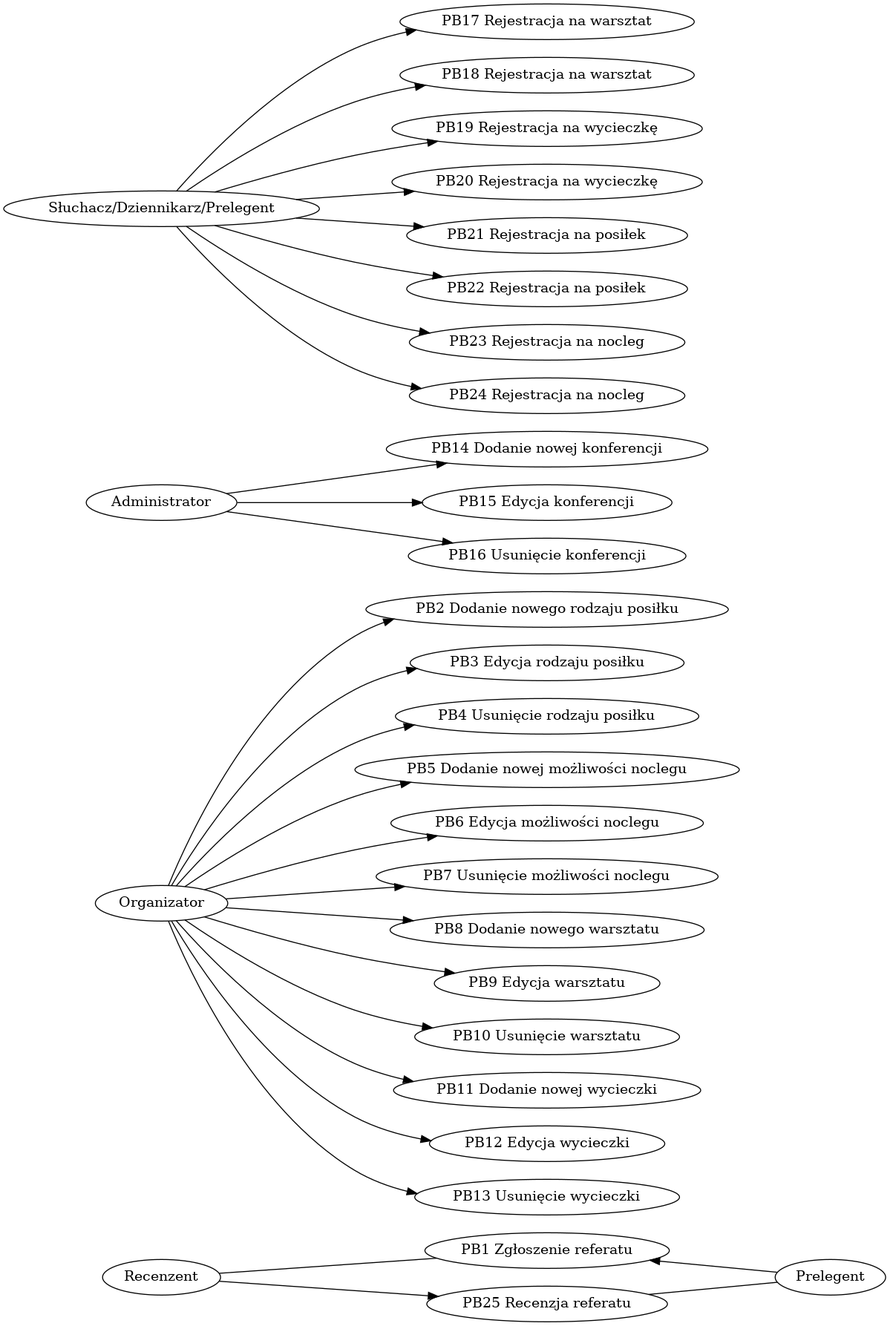
This is pb.png from zyla/iop_konferencja, a Graphviz export, as it was before one commit. Its source is kept beside it as pb.dot.
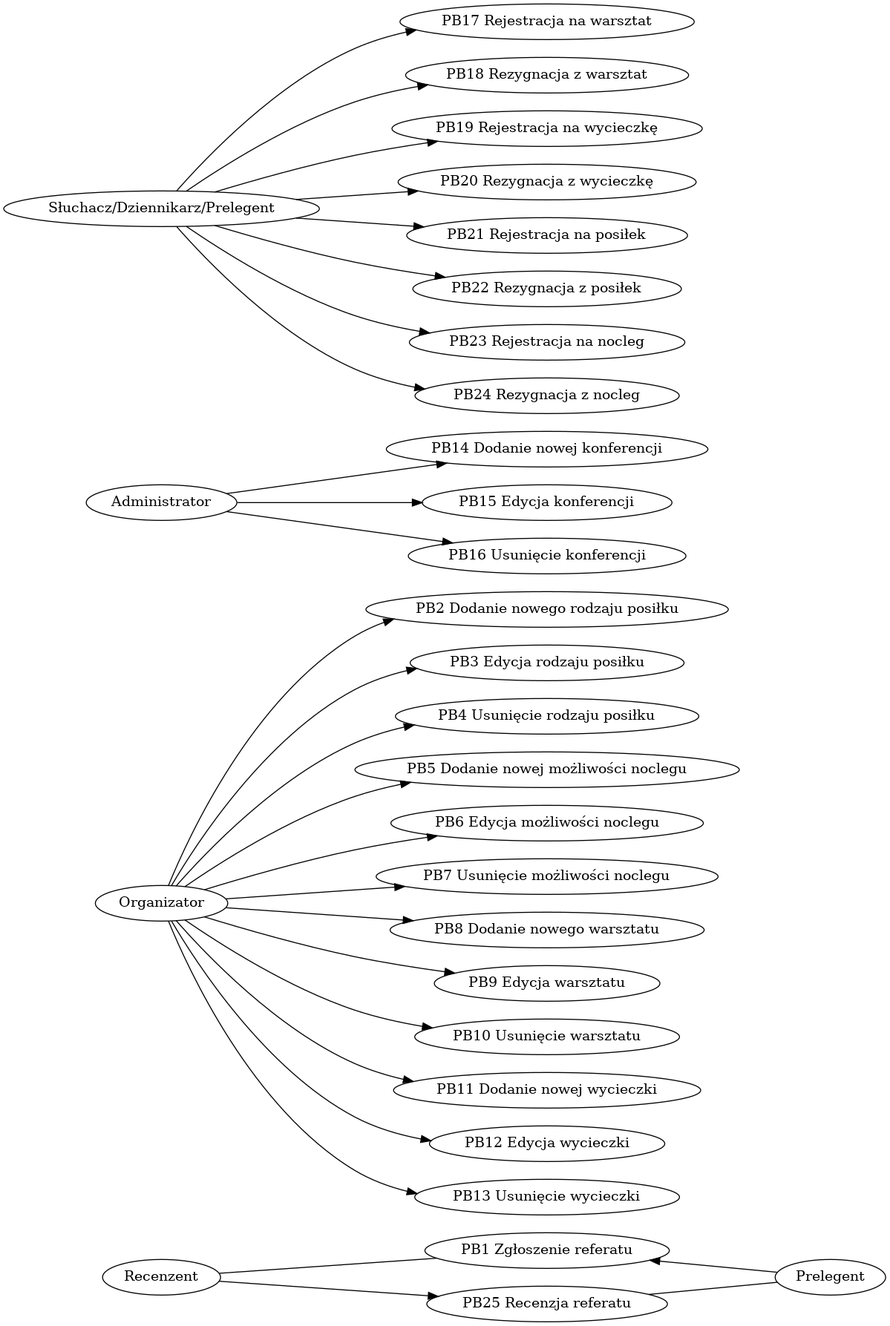
After the change.

Diff of the diagram source:
```diff
@@ -16,13 +16,13 @@
 "Administrator" -> "PB15 Edycja konferencji"
 "Administrator" -> "PB16 Usunięcie konferencji"
 "Słuchacz/Dziennikarz/Prelegent" -> "PB17 Rejestracja na warsztat"
-"Słuchacz/Dziennikarz/Prelegent" -> "PB18 Rejestracja na warsztat"
+"Słuchacz/Dziennikarz/Prelegent" -> "PB18 Rezygnacja z warsztat"
 "Słuchacz/Dziennikarz/Prelegent" -> "PB19 Rejestracja na wycieczkę"
-"Słuchacz/Dziennikarz/Prelegent" -> "PB20 Rejestracja na wycieczkę"
+"Słuchacz/Dziennikarz/Prelegent" -> "PB20 Rezygnacja z wycieczkę"
 "Słuchacz/Dziennikarz/Prelegent" -> "PB21 Rejestracja na posiłek"
-"Słuchacz/Dziennikarz/Prelegent" -> "PB22 Rejestracja na posiłek"
+"Słuchacz/Dziennikarz/Prelegent" -> "PB22 Rezygnacja z posiłek"
 "Słuchacz/Dziennikarz/Prelegent" -> "PB23 Rejestracja na nocleg"
-"Słuchacz/Dziennikarz/Prelegent" -> "PB24 Rejestracja na nocleg"
+"Słuchacz/Dziennikarz/Prelegent" -> "PB24 Rezygnacja z nocleg"
 "Recenzent" -> "PB25 Recenzja referatu"
 "PB25 Recenzja referatu" -> "Prelegent" [dir=none]
  }
```
